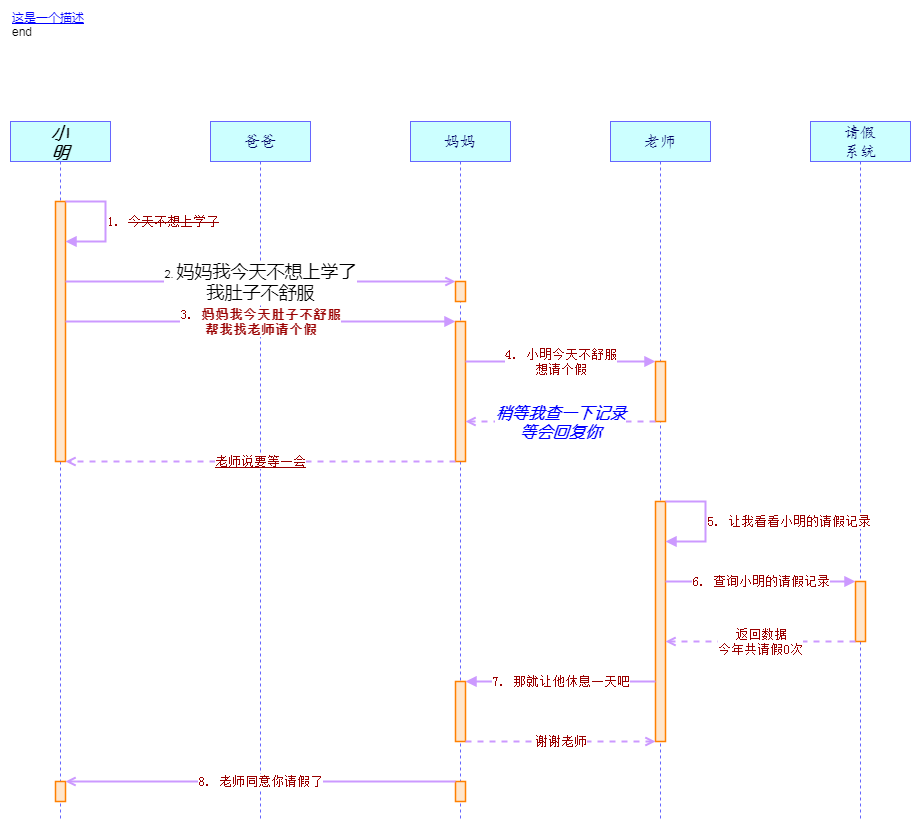
Earlier version of the draw.io export pic/example.png (Adrninistrator/uml-sequence-diagram-drawio). Source tidied: cells renumbered, new cells last; positions are measured from the earlier drawing's top-left corner, leaving out a move shared by most shapes.
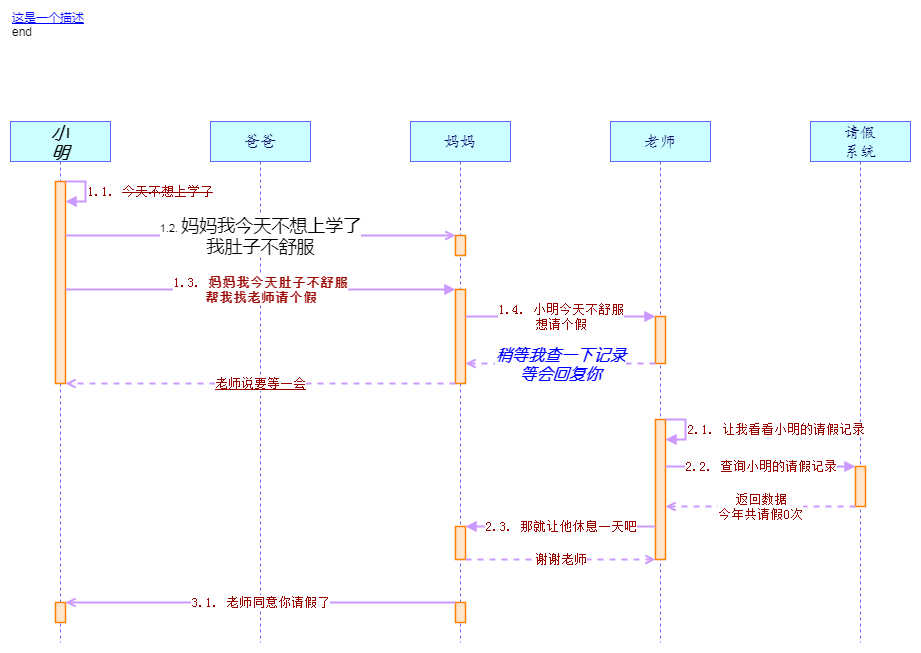
After the commit.

Diff of the diagram source:
```diff
@@ -2,130 +2,130 @@
   <root>
     <mxCell id="0" />
     <mxCell id="1" parent="0" />
+    <mxCell id="16" value="&lt;font color=&quot;#0000ff&quot;&gt;&lt;u&gt;这是一个描述&lt;/u&gt;&lt;/font&gt;&lt;br&gt;end" style="text;fillColor=none;verticalAlign=bottom;verticalLabelPosition=top;whiteSpace=wrap;labelPosition=center;rounded=0;html=1;strokeColor=none;align=left;" parent="1" vertex="1">
+      <mxGeometry width="900" height="20" as="geometry" />
+    </mxCell>
     <mxCell id="2" value="&lt;font style=&quot;font-size: 17px&quot; face=&quot;幼圆&quot; color=&quot;#000000&quot;&gt;&lt;b&gt;&lt;i&gt;小&lt;br&gt;明&lt;/i&gt;&lt;/b&gt;&lt;/font&gt;" style="strokeWidth=1;fillColor=#CCFFFF;whiteSpace=wrap;shape=umlLifeline;size=40;perimeter=lifelinePerimeter;html=1;strokeColor=#6666FF;" parent="1" vertex="1">
-      <mxGeometry y="80" width="100" height="700" as="geometry" />
+      <mxGeometry y="80" width="100" height="521" as="geometry" />
     </mxCell>
     <mxCell id="3" value="&lt;font face=&quot;楷体&quot; style=&quot;font-size: 16px&quot; color=&quot;#000066&quot;&gt;爸爸&lt;/font&gt;" style="strokeWidth=1;fillColor=#CCFFFF;whiteSpace=wrap;shape=umlLifeline;size=40;perimeter=lifelinePerimeter;html=1;strokeColor=#6666FF;" parent="1" vertex="1">
-      <mxGeometry x="200" y="80" width="100" height="700" as="geometry" />
+      <mxGeometry x="200" y="80" width="100" height="521" as="geometry" />
     </mxCell>
     <mxCell id="4" value="&lt;font face=&quot;楷体&quot; style=&quot;font-size: 16px&quot; color=&quot;#000066&quot;&gt;妈妈&lt;/font&gt;" style="strokeWidth=1;fillColor=#CCFFFF;whiteSpace=wrap;shape=umlLifeline;size=40;perimeter=lifelinePerimeter;html=1;strokeColor=#6666FF;" parent="1" vertex="1">
-      <mxGeometry x="400" y="80" width="100" height="700" as="geometry" />
+      <mxGeometry x="400" y="80" width="100" height="521" as="geometry" />
     </mxCell>
     <mxCell id="5" value="&lt;font face=&quot;楷体&quot; style=&quot;font-size: 16px&quot; color=&quot;#000066&quot;&gt;老师&lt;/font&gt;" style="strokeWidth=1;fillColor=#CCFFFF;whiteSpace=wrap;shape=umlLifeline;size=40;perimeter=lifelinePerimeter;html=1;strokeColor=#6666FF;" parent="1" vertex="1">
-      <mxGeometry x="600" y="80" width="100" height="700" as="geometry" />
+      <mxGeometry x="600" y="80" width="100" height="521" as="geometry" />
     </mxCell>
     <mxCell id="6" value="&lt;font face=&quot;楷体&quot; style=&quot;font-size: 16px&quot; color=&quot;#000066&quot;&gt;请假&lt;br&gt;系统&lt;/font&gt;" style="strokeWidth=1;fillColor=#CCFFFF;whiteSpace=wrap;shape=umlLifeline;size=40;perimeter=lifelinePerimeter;html=1;strokeColor=#6666FF;" parent="1" vertex="1">
-      <mxGeometry x="800" y="80" width="100" height="700" as="geometry" />
+      <mxGeometry x="800" y="80" width="100" height="521" as="geometry" />
     </mxCell>
-    <mxCell id="7" style="strokeWidth=1.5;fillColor=#FFE6CC;perimeter=orthogonalPerimeter;html=1;strokeColor=#FF8000;" parent="1" vertex="1">
-      <mxGeometry x="45" y="160" width="10" height="260" as="geometry" />
-    </mxCell>
-    <mxCell id="8" style="strokeWidth=1.5;fillColor=#FFE6CC;perimeter=orthogonalPerimeter;html=1;strokeColor=#FF8000;" parent="1" vertex="1">
-      <mxGeometry x="45" y="740" width="10" height="20" as="geometry" />
-    </mxCell>
-    <mxCell id="9" style="strokeWidth=1.5;fillColor=#FFE6CC;perimeter=orthogonalPerimeter;html=1;strokeColor=#FF8000;" parent="1" vertex="1">
-      <mxGeometry x="445" y="240" width="10" height="20" as="geometry" />
-    </mxCell>
-    <mxCell id="10" style="strokeWidth=1.5;fillColor=#FFE6CC;perimeter=orthogonalPerimeter;html=1;strokeColor=#FF8000;" parent="1" vertex="1">
-      <mxGeometry x="445" y="280" width="10" height="140" as="geometry" />
-    </mxCell>
-    <mxCell id="11" style="strokeWidth=1.5;fillColor=#FFE6CC;perimeter=orthogonalPerimeter;html=1;strokeColor=#FF8000;" parent="1" vertex="1">
-      <mxGeometry x="445" y="640" width="10" height="60" as="geometry" />
-    </mxCell>
-    <mxCell id="12" style="strokeWidth=1.5;fillColor=#FFE6CC;perimeter=orthogonalPerimeter;html=1;strokeColor=#FF8000;" parent="1" vertex="1">
-      <mxGeometry x="445" y="740" width="10" height="20" as="geometry" />
-    </mxCell>
-    <mxCell id="13" style="strokeWidth=1.5;fillColor=#FFE6CC;perimeter=orthogonalPerimeter;html=1;strokeColor=#FF8000;" parent="1" vertex="1">
-      <mxGeometry x="645" y="320" width="10" height="60" as="geometry" />
-    </mxCell>
-    <mxCell id="14" style="strokeWidth=1.5;fillColor=#FFE6CC;perimeter=orthogonalPerimeter;html=1;strokeColor=#FF8000;" parent="1" vertex="1">
-      <mxGeometry x="645" y="460" width="10" height="240" as="geometry" />
-    </mxCell>
-    <mxCell id="15" style="strokeWidth=1.5;fillColor=#FFE6CC;perimeter=orthogonalPerimeter;html=1;strokeColor=#FF8000;" parent="1" vertex="1">
-      <mxGeometry x="845" y="540" width="10" height="60" as="geometry" />
-    </mxCell>
-    <mxCell id="16" value="&lt;font color=&quot;#0000ff&quot;&gt;&lt;u&gt;这是一个描述&lt;/u&gt;&lt;/font&gt;&lt;br&gt;end" style="text;fillColor=none;verticalAlign=bottom;verticalLabelPosition=top;whiteSpace=wrap;labelPosition=center;rounded=0;html=1;strokeColor=none;align=left;" parent="1" vertex="1">
-      <mxGeometry width="900" height="20" as="geometry" />
-    </mxCell>
-    <mxCell id="17" value="&lt;font face=&quot;宋体&quot; style=&quot;font-size: 13px&quot; color=&quot;#990000&quot;&gt;1. &lt;strike&gt;今天不想上学了&lt;/strike&gt;&lt;/font&gt;" style="strokeWidth=2;endFill=1;rounded=0;html=1;strokeColor=#CC99FF;endArrow=block;align=left;" parent="1" edge="1">
-      <mxGeometry relative="1" as="geometry">
-        <mxPoint x="55" y="160" as="sourcePoint" />
-        <mxPoint x="55" y="200" as="targetPoint" />
-        <Array as="points">
-          <mxPoint x="95" y="160" />
-          <mxPoint x="95" y="200" />
-        </Array>
-      </mxGeometry>
-    </mxCell>
-    <mxCell id="18" value="2. &lt;font style=&quot;font-size: 18px&quot; face=&quot;微软雅黑&quot; color=&quot;#000000&quot;&gt;妈妈我今天不想上学了&lt;br&gt;我肚子不舒服&lt;/font&gt;" style="strokeWidth=2;endFill=0;html=1;strokeColor=#CC99FF;endArrow=open;" parent="1" edge="1">
-      <mxGeometry relative="1" as="geometry">
-        <mxPoint x="55" y="240" as="sourcePoint" />
-        <mxPoint x="445" y="240" as="targetPoint" />
-      </mxGeometry>
-    </mxCell>
-    <mxCell id="19" value="&lt;font face=&quot;宋体&quot; style=&quot;font-size: 13px&quot; color=&quot;#990000&quot;&gt;3. &lt;b&gt;妈妈我今天肚子不舒服&lt;br&gt;帮我找老师请个假&lt;/b&gt;&lt;/font&gt;" style="strokeWidth=2;endFill=1;html=1;strokeColor=#CC99FF;endArrow=block;" parent="1" edge="1">
-      <mxGeometry relative="1" as="geometry">
-        <mxPoint x="55" y="280" as="sourcePoint" />
-        <mxPoint x="445" y="280" as="targetPoint" />
-      </mxGeometry>
-    </mxCell>
-    <mxCell id="20" value="&lt;font face=&quot;宋体&quot; style=&quot;font-size: 13px&quot; color=&quot;#990000&quot;&gt;4. 小明今天不舒服&lt;br&gt;想请个假&lt;/font&gt;" style="strokeWidth=2;endFill=1;html=1;strokeColor=#CC99FF;endArrow=block;" parent="1" edge="1">
-      <mxGeometry relative="1" as="geometry">
-        <mxPoint x="455" y="320" as="sourcePoint" />
-        <mxPoint x="645" y="320" as="targetPoint" />
-      </mxGeometry>
-    </mxCell>
+    <mxCell id="29" style="strokeWidth=1.5;fillColor=#FFE6CC;perimeter=orthogonalPerimeter;html=1;strokeColor=#FF8000;" parent="1" vertex="1">
+      <mxGeometry x="45" y="140" width="10" height="202" as="geometry" />
+    </mxCell>
+    <mxCell id="30" style="strokeWidth=1.5;fillColor=#FFE6CC;perimeter=orthogonalPerimeter;html=1;strokeColor=#FF8000;" parent="1" vertex="1">
+      <mxGeometry x="45" y="561" width="10" height="20" as="geometry" />
+    </mxCell>
+    <mxCell id="31" style="strokeWidth=1.5;fillColor=#FFE6CC;perimeter=orthogonalPerimeter;html=1;strokeColor=#FF8000;" parent="1" vertex="1">
+      <mxGeometry x="445" y="194" width="10" height="20" as="geometry" />
+    </mxCell>
+    <mxCell id="32" style="strokeWidth=1.5;fillColor=#FFE6CC;perimeter=orthogonalPerimeter;html=1;strokeColor=#FF8000;" parent="1" vertex="1">
+      <mxGeometry x="445" y="248" width="10" height="94" as="geometry" />
+    </mxCell>
+    <mxCell id="33" style="strokeWidth=1.5;fillColor=#FFE6CC;perimeter=orthogonalPerimeter;html=1;strokeColor=#FF8000;" parent="1" vertex="1">
+      <mxGeometry x="445" y="485" width="10" height="33" as="geometry" />
+    </mxCell>
+    <mxCell id="34" style="strokeWidth=1.5;fillColor=#FFE6CC;perimeter=orthogonalPerimeter;html=1;strokeColor=#FF8000;" parent="1" vertex="1">
+      <mxGeometry x="445" y="561" width="10" height="20" as="geometry" />
+    </mxCell>
+    <mxCell id="35" style="strokeWidth=1.5;fillColor=#FFE6CC;perimeter=orthogonalPerimeter;html=1;strokeColor=#FF8000;" parent="1" vertex="1">
+      <mxGeometry x="645" y="275" width="10" height="47" as="geometry" />
+    </mxCell>
+    <mxCell id="36" style="strokeWidth=1.5;fillColor=#FFE6CC;perimeter=orthogonalPerimeter;html=1;strokeColor=#FF8000;" parent="1" vertex="1">
+      <mxGeometry x="645" y="378" width="10" height="140" as="geometry" />
+    </mxCell>
+    <mxCell id="37" style="strokeWidth=1.5;fillColor=#FFE6CC;perimeter=orthogonalPerimeter;html=1;strokeColor=#FF8000;" parent="1" vertex="1">
+      <mxGeometry x="845" y="425" width="10" height="40" as="geometry" />
+    </mxCell>
+    <mxCell id="38" value="&lt;font face=&quot;宋体&quot; style=&quot;font-size: 13px&quot; color=&quot;#990000&quot;&gt;1.1. &lt;strike&gt;今天不想上学了&lt;/strike&gt;&lt;/font&gt;" style="strokeWidth=2;endFill=1;rounded=0;html=1;strokeColor=#CC99FF;endArrow=block;align=left;" parent="1" edge="1">
+      <mxGeometry relative="1" as="geometry">
+        <mxPoint x="55" y="140" as="sourcePoint" />
+        <mxPoint x="55" y="160" as="targetPoint" />
+        <Array as="points">
+          <mxPoint x="75" y="140" />
+          <mxPoint x="75" y="160" />
+        </Array>
+      </mxGeometry>
+    </mxCell>
+    <mxCell id="39" value="1.2. &lt;font style=&quot;font-size: 18px&quot; face=&quot;微软雅黑&quot; color=&quot;#000000&quot;&gt;妈妈我今天不想上学了&lt;br&gt;我肚子不舒服&lt;/font&gt;" style="strokeWidth=2;endFill=0;html=1;strokeColor=#CC99FF;endArrow=open;" parent="1" edge="1">
+      <mxGeometry relative="1" as="geometry">
+        <mxPoint x="55" y="194" as="sourcePoint" />
+        <mxPoint x="445" y="194" as="targetPoint" />
+      </mxGeometry>
+    </mxCell>
+    <mxCell id="40" value="&lt;font face=&quot;宋体&quot; style=&quot;font-size: 13px&quot; color=&quot;#990000&quot;&gt;1.3. &lt;b&gt;妈妈我今天肚子不舒服&lt;br&gt;帮我找老师请个假&lt;/b&gt;&lt;/font&gt;" style="strokeWidth=2;endFill=1;html=1;strokeColor=#CC99FF;endArrow=block;" parent="1" edge="1">
+      <mxGeometry relative="1" as="geometry">
+        <mxPoint x="55" y="248" as="sourcePoint" />
+        <mxPoint x="445" y="248" as="targetPoint" />
+      </mxGeometry>
+    </mxCell>
+    <mxCell id="41" value="&lt;font face=&quot;宋体&quot; style=&quot;font-size: 13px&quot; color=&quot;#990000&quot;&gt;1.4. 小明今天不舒服&lt;br&gt;想请个假&lt;/font&gt;" style="strokeWidth=2;endFill=1;html=1;strokeColor=#CC99FF;endArrow=block;" parent="1" edge="1">
+      <mxGeometry relative="1" as="geometry">
+        <mxPoint x="455" y="275" as="sourcePoint" />
+        <mxPoint x="645" y="275" as="targetPoint" />
+      </mxGeometry>
+    </mxCell>
     <mxCell id="21" value="&lt;font style=&quot;font-size: 16px&quot; face=&quot;幼圆&quot; color=&quot;#0000ff&quot;&gt;&lt;b&gt;&lt;i&gt;稍等我查一下记录&lt;br&gt;等会回复你&lt;/i&gt;&lt;/b&gt;&lt;/font&gt;" style="strokeWidth=2;dashed=1;endFill=0;html=1;strokeColor=#CC99FF;endArrow=open;" parent="1" edge="1">
       <mxGeometry relative="1" as="geometry">
-        <mxPoint x="645" y="380" as="sourcePoint" />
-        <mxPoint x="455" y="380" as="targetPoint" />
+        <mxPoint x="645" y="322" as="sourcePoint" />
+        <mxPoint x="455" y="322" as="targetPoint" />
       </mxGeometry>
     </mxCell>
     <mxCell id="22" value="&lt;font face=&quot;宋体&quot; style=&quot;font-size: 13px&quot; color=&quot;#990000&quot;&gt;&lt;u&gt;老师说要等一会&lt;/u&gt;&lt;/font&gt;" style="strokeWidth=2;dashed=1;endFill=0;html=1;strokeColor=#CC99FF;endArrow=open;" parent="1" edge="1">
       <mxGeometry relative="1" as="geometry">
-        <mxPoint x="445" y="420" as="sourcePoint" />
-        <mxPoint x="55" y="420" as="targetPoint" />
+        <mxPoint x="445" y="342" as="sourcePoint" />
+        <mxPoint x="55" y="342" as="targetPoint" />
       </mxGeometry>
     </mxCell>
-    <mxCell id="23" value="&lt;font face=&quot;宋体&quot; style=&quot;font-size: 13px&quot; color=&quot;#990000&quot;&gt;5. 让我看看小明的请假记录&lt;/font&gt;" style="strokeWidth=2;endFill=1;rounded=0;html=1;strokeColor=#CC99FF;endArrow=block;align=left;" parent="1" edge="1">
-      <mxGeometry relative="1" as="geometry">
-        <mxPoint x="655" y="460" as="sourcePoint" />
-        <mxPoint x="655" y="500" as="targetPoint" />
-        <Array as="points">
-          <mxPoint x="695" y="460" />
-          <mxPoint x="695" y="500" />
-        </Array>
-      </mxGeometry>
-    </mxCell>
-    <mxCell id="24" value="&lt;font face=&quot;宋体&quot; style=&quot;font-size: 13px&quot; color=&quot;#990000&quot;&gt;6. 查询小明的请假记录&lt;/font&gt;" style="strokeWidth=2;endFill=1;html=1;strokeColor=#CC99FF;endArrow=block;" parent="1" edge="1">
-      <mxGeometry relative="1" as="geometry">
-        <mxPoint x="655" y="540" as="sourcePoint" />
-        <mxPoint x="845" y="540" as="targetPoint" />
-      </mxGeometry>
-    </mxCell>
+    <mxCell id="42" value="&lt;font face=&quot;宋体&quot; style=&quot;font-size: 13px&quot; color=&quot;#990000&quot;&gt;2.1. 让我看看小明的请假记录&lt;/font&gt;" style="strokeWidth=2;endFill=1;rounded=0;html=1;strokeColor=#CC99FF;endArrow=block;align=left;" parent="1" edge="1">
+      <mxGeometry relative="1" as="geometry">
+        <mxPoint x="655" y="378" as="sourcePoint" />
+        <mxPoint x="655" y="398" as="targetPoint" />
+        <Array as="points">
+          <mxPoint x="675" y="378" />
+          <mxPoint x="675" y="398" />
+        </Array>
+      </mxGeometry>
+    </mxCell>
+    <mxCell id="43" value="&lt;font face=&quot;宋体&quot; style=&quot;font-size: 13px&quot; color=&quot;#990000&quot;&gt;2.2. 查询小明的请假记录&lt;/font&gt;" style="strokeWidth=2;endFill=1;html=1;strokeColor=#CC99FF;endArrow=block;" parent="1" edge="1">
+      <mxGeometry relative="1" as="geometry">
+        <mxPoint x="655" y="425" as="sourcePoint" />
+        <mxPoint x="845" y="425" as="targetPoint" />
+      </mxGeometry>
+    </mxCell>
     <mxCell id="25" value="&lt;font face=&quot;宋体&quot; style=&quot;font-size: 13px&quot; color=&quot;#990000&quot;&gt;返回数据&lt;br&gt;今年共请假0次&lt;/font&gt;" style="strokeWidth=2;dashed=1;endFill=0;html=1;strokeColor=#CC99FF;endArrow=open;" parent="1" edge="1">
       <mxGeometry relative="1" as="geometry">
-        <mxPoint x="845" y="600" as="sourcePoint" />
-        <mxPoint x="655" y="600" as="targetPoint" />
+        <mxPoint x="845" y="465" as="sourcePoint" />
+        <mxPoint x="655" y="465" as="targetPoint" />
       </mxGeometry>
     </mxCell>
-    <mxCell id="26" value="&lt;font face=&quot;宋体&quot; style=&quot;font-size: 13px&quot; color=&quot;#990000&quot;&gt;7. 那就让他休息一天吧&lt;/font&gt;" style="strokeWidth=2;endFill=1;html=1;strokeColor=#CC99FF;endArrow=block;" parent="1" edge="1">
-      <mxGeometry relative="1" as="geometry">
-        <mxPoint x="645" y="640" as="sourcePoint" />
-        <mxPoint x="455" y="640" as="targetPoint" />
-      </mxGeometry>
-    </mxCell>
+    <mxCell id="44" value="&lt;font face=&quot;宋体&quot; style=&quot;font-size: 13px&quot; color=&quot;#990000&quot;&gt;2.3. 那就让他休息一天吧&lt;/font&gt;" style="strokeWidth=2;endFill=1;html=1;strokeColor=#CC99FF;endArrow=block;" parent="1" edge="1">
+      <mxGeometry relative="1" as="geometry">
+        <mxPoint x="645" y="485" as="sourcePoint" />
+        <mxPoint x="455" y="485" as="targetPoint" />
+      </mxGeometry>
+    </mxCell>
     <mxCell id="27" value="&lt;font face=&quot;宋体&quot; style=&quot;font-size: 13px&quot; color=&quot;#990000&quot;&gt;谢谢老师&lt;/font&gt;" style="strokeWidth=2;dashed=1;endFill=0;html=1;strokeColor=#CC99FF;endArrow=open;" parent="1" edge="1">
       <mxGeometry relative="1" as="geometry">
-        <mxPoint x="455" y="700" as="sourcePoint" />
-        <mxPoint x="645" y="700" as="targetPoint" />
+        <mxPoint x="455" y="518" as="sourcePoint" />
+        <mxPoint x="645" y="518" as="targetPoint" />
       </mxGeometry>
     </mxCell>
-    <mxCell id="28" value="&lt;font face=&quot;宋体&quot; style=&quot;font-size: 13px&quot; color=&quot;#990000&quot;&gt;8. 老师同意你请假了&lt;/font&gt;" style="strokeWidth=2;endFill=0;html=1;strokeColor=#CC99FF;endArrow=open;" parent="1" edge="1">
-      <mxGeometry relative="1" as="geometry">
-        <mxPoint x="445" y="740" as="sourcePoint" />
-        <mxPoint x="55" y="740" as="targetPoint" />
-      </mxGeometry>
-    </mxCell>
+    <mxCell id="45" value="&lt;font face=&quot;宋体&quot; style=&quot;font-size: 13px&quot; color=&quot;#990000&quot;&gt;3.1. 老师同意你请假了&lt;/font&gt;" style="strokeWidth=2;endFill=0;html=1;strokeColor=#CC99FF;endArrow=open;" parent="1" edge="1">
+      <mxGeometry relative="1" as="geometry">
+        <mxPoint x="445" y="561" as="sourcePoint" />
+        <mxPoint x="55" y="561" as="targetPoint" />
+      </mxGeometry>
+    </mxCell>
   </root>
 </mxGraphModel>
```
